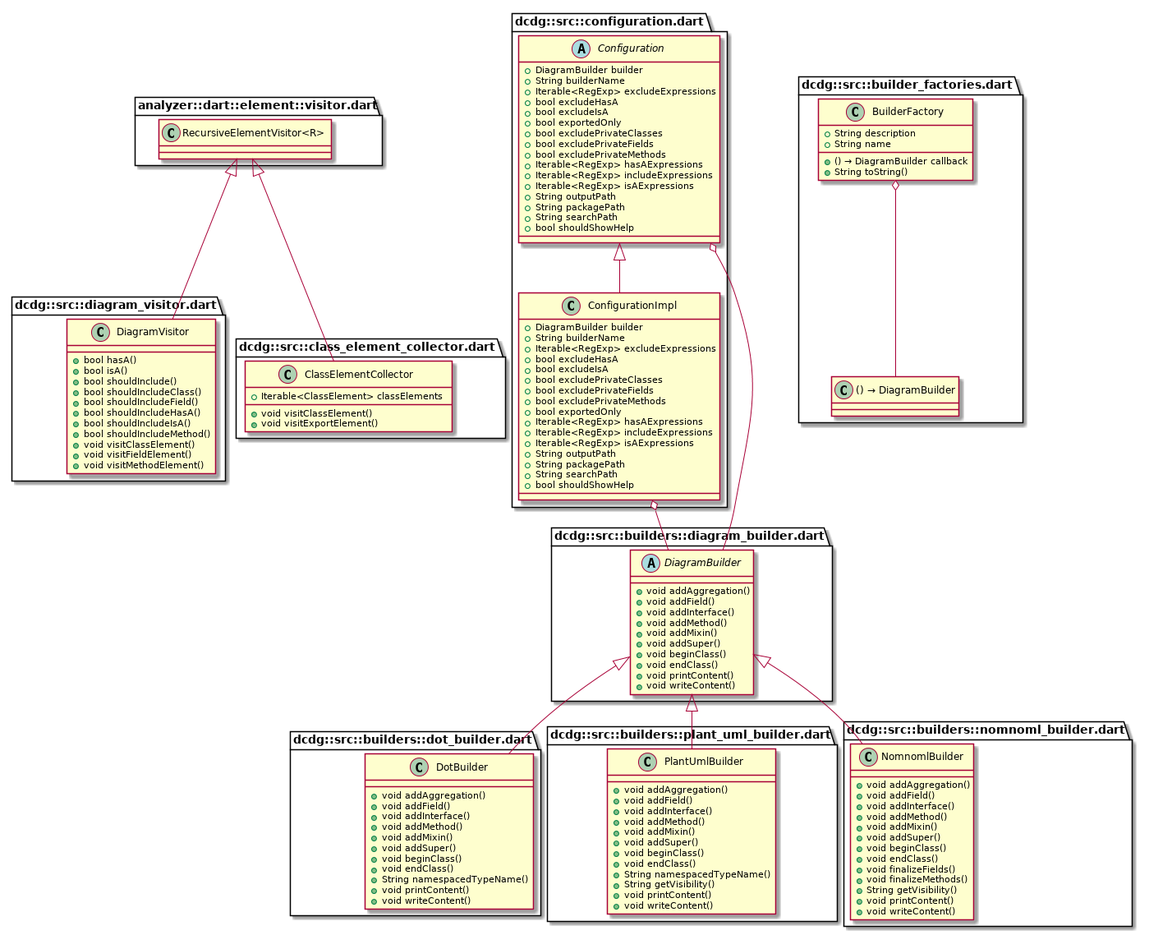
This is example/dcdg.png from glesica/dcdg.dart, a PlantUML export, as it was before one commit.
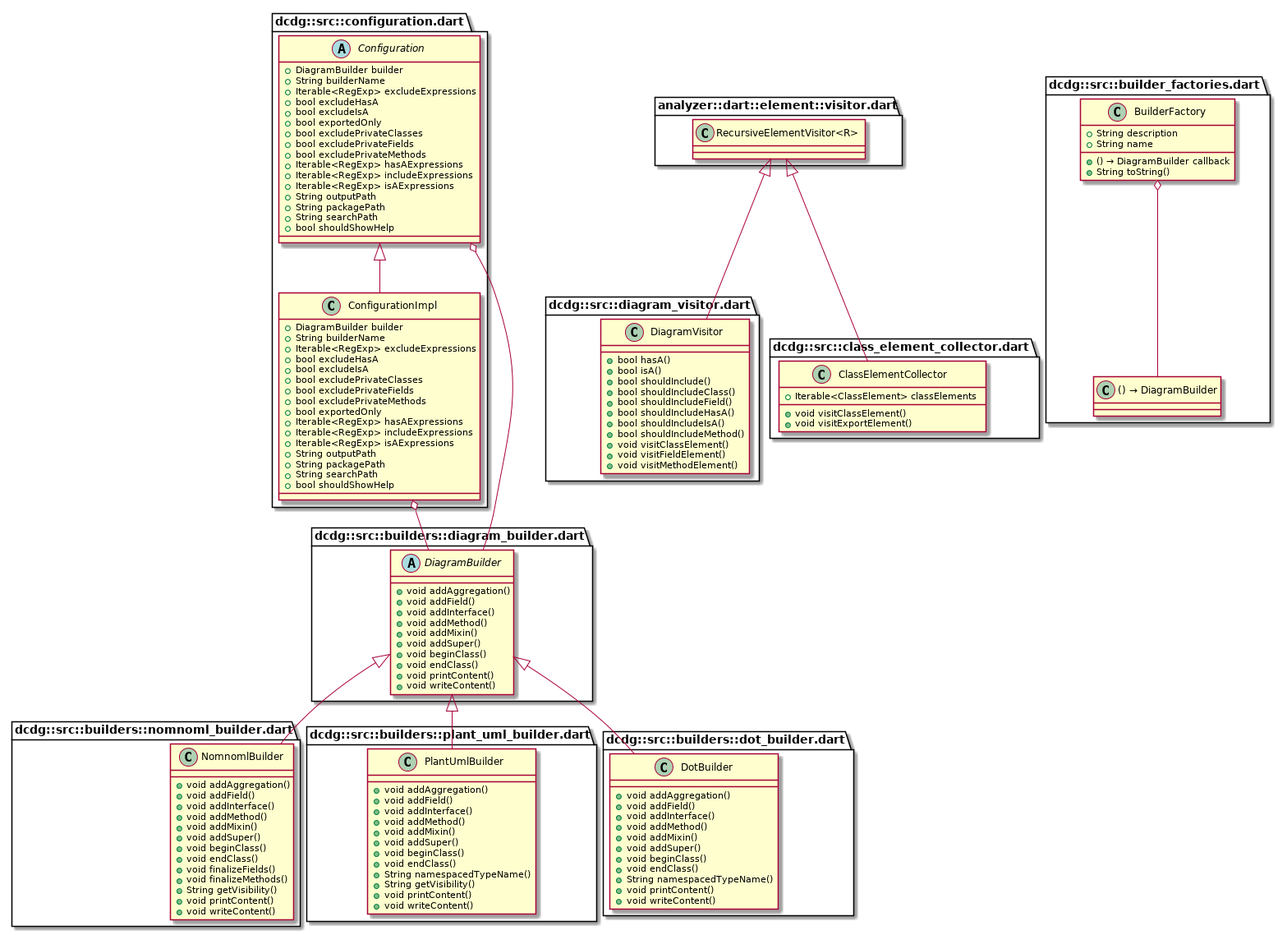
After the commit.

Commit message:
Implement nomnoml and finish builder refactor

What changed in the source:
```diff
@@ -1,91 +1,5 @@
 @startuml
 set namespaceSeparator ::
-
-class "dcdg::src::diagram_visitor.dart::DiagramVisitor" {
-  +bool hasA()
-  +bool isA()
-  +bool shouldInclude()
-  +bool shouldIncludeClass()
-  +bool shouldIncludeField()
-  +bool shouldIncludeHasA()
-  +bool shouldIncludeIsA()
-  +bool shouldIncludeMethod()
-  +void visitClassElement()
-  +void visitFieldElement()
-  +void visitMethodElement()
-}
-
-"analyzer::dart::element::visitor.dart::RecursiveElementVisitor<R>" <|-- "dcdg::src::diagram_visitor.dart::DiagramVisitor"
-
-
-class "dcdg::src::builders::dot_builder.dart::DotBuilder" {
-  +void addAggregation()
-  +void addField()
-  +void addInterface()
-  +void addMethod()
-  +void addMixin()
-  +void addSuper()
-  +void beginClass()
-  +void endClass()
-  +String namespacedTypeName()
-  +void printContent()
-  +void writeContent()
-}
-
-"dcdg::src::builders::diagram_builder.dart::DiagramBuilder" <|-- "dcdg::src::builders::dot_builder.dart::DotBuilder"
-
-
-class "dcdg::src::builders::plant_uml_builder.dart::PlantUmlBuilder" {
-  +void addAggregation()
-  +void addField()
-  +void addInterface()
-  +void addMethod()
-  +void addMixin()
-  +void addSuper()
-  +void beginClass()
-  +void endClass()
-  +String namespacedTypeName()
-  +String getVisibility()
-  +void printContent()
-  +void writeContent()
-}
-
-"dcdg::src::builders::diagram_builder.dart::DiagramBuilder" <|-- "dcdg::src::builders::plant_uml_builder.dart::PlantUmlBuilder"
-
-
-abstract class "dcdg::src::builders::diagram_builder.dart::DiagramBuilder" {
-  +void addAggregation()
-  +void addField()
-  +void addInterface()
-  +void addMethod()
-  +void addMixin()
-  +void addSuper()
-  +void beginClass()
-  +void endClass()
-  +void printContent()
-  +void writeContent()
-}
-
-
-
-class "dcdg::src::builders::nomnoml_builder.dart::NomnomlBuilder" {
-  +void addAggregation()
-  +void addField()
-  +void addInterface()
-  +void addMethod()
-  +void addMixin()
-  +void addSuper()
-  +void beginClass()
-  +void endClass()
-  +void finalizeFields()
-  +void finalizeMethods()
-  +String getVisibility()
-  +void printContent()
-  +void writeContent()
-}
-
-"dcdg::src::builders::diagram_builder.dart::DiagramBuilder" <|-- "dcdg::src::builders::nomnoml_builder.dart::NomnomlBuilder"
-
 
 abstract class "dcdg::src::configuration.dart::Configuration" {
   +DiagramBuilder builder
@@ -107,7 +21,6 @@
 }
 
 "dcdg::src::configuration.dart::Configuration" o-- "dcdg::src::builders::diagram_builder.dart::DiagramBuilder"
-
 
 class "dcdg::src::configuration.dart::ConfigurationImpl" {
   +DiagramBuilder builder
@@ -131,6 +44,85 @@
 "dcdg::src::configuration.dart::ConfigurationImpl" o-- "dcdg::src::builders::diagram_builder.dart::DiagramBuilder"
 "dcdg::src::configuration.dart::Configuration" <|-- "dcdg::src::configuration.dart::ConfigurationImpl"
 
+class "dcdg::src::diagram_visitor.dart::DiagramVisitor" {
+  +bool hasA()
+  +bool isA()
+  +bool shouldInclude()
+  +bool shouldIncludeClass()
+  +bool shouldIncludeField()
+  +bool shouldIncludeHasA()
+  +bool shouldIncludeIsA()
+  +bool shouldIncludeMethod()
+  +void visitClassElement()
+  +void visitFieldElement()
+  +void visitMethodElement()
+}
+
+"analyzer::dart::element::visitor.dart::RecursiveElementVisitor<R>" <|-- "dcdg::src::diagram_visitor.dart::DiagramVisitor"
+
+class "dcdg::src::builders::nomnoml_builder.dart::NomnomlBuilder" {
+  +void addAggregation()
+  +void addField()
+  +void addInterface()
+  +void addMethod()
+  +void addMixin()
+  +void addSuper()
+  +void beginClass()
+  +void endClass()
+  +void finalizeFields()
+  +void finalizeMethods()
+  +String getVisibility()
+  +void printContent()
+  +void writeContent()
+}
+
+"dcdg::src::builders::diagram_builder.dart::DiagramBuilder" <|-- "dcdg::src::builders::nomnoml_builder.dart::NomnomlBuilder"
+
+class "dcdg::src::builders::plant_uml_builder.dart::PlantUmlBuilder" {
+  +void addAggregation()
+  +void addField()
+  +void addInterface()
+  +void addMethod()
+  +void addMixin()
+  +void addSuper()
+  +void beginClass()
+  +void endClass()
+  +String namespacedTypeName()
+  +String getVisibility()
+  +void printContent()
+  +void writeContent()
+}
+
+"dcdg::src::builders::diagram_builder.dart::DiagramBuilder" <|-- "dcdg::src::builders::plant_uml_builder.dart::PlantUmlBuilder"
+
+class "dcdg::src::builders::dot_builder.dart::DotBuilder" {
+  +void addAggregation()
+  +void addField()
+  +void addInterface()
+  +void addMethod()
+  +void addMixin()
+  +void addSuper()
+  +void beginClass()
+  +void endClass()
+  +String namespacedTypeName()
+  +void printContent()
+  +void writeContent()
+}
+
+"dcdg::src::builders::diagram_builder.dart::DiagramBuilder" <|-- "dcdg::src::builders::dot_builder.dart::DotBuilder"
+
+abstract class "dcdg::src::builders::diagram_builder.dart::DiagramBuilder" {
+  +void addAggregation()
+  +void addField()
+  +void addInterface()
+  +void addMethod()
+  +void addMixin()
+  +void addSuper()
+  +void beginClass()
+  +void endClass()
+  +void printContent()
+  +void writeContent()
+}
 
 class "dcdg::src::builder_factories.dart::BuilderFactory" {
   +() → DiagramBuilder callback
@@ -140,7 +132,6 @@
 }
 
 "dcdg::src::builder_factories.dart::BuilderFactory" o-- "dcdg::src::builder_factories.dart::() → DiagramBuilder"
-
 
 class "dcdg::src::class_element_collector.dart::ClassElementCollector" {
   +Iterable<ClassElement> classElements
```
